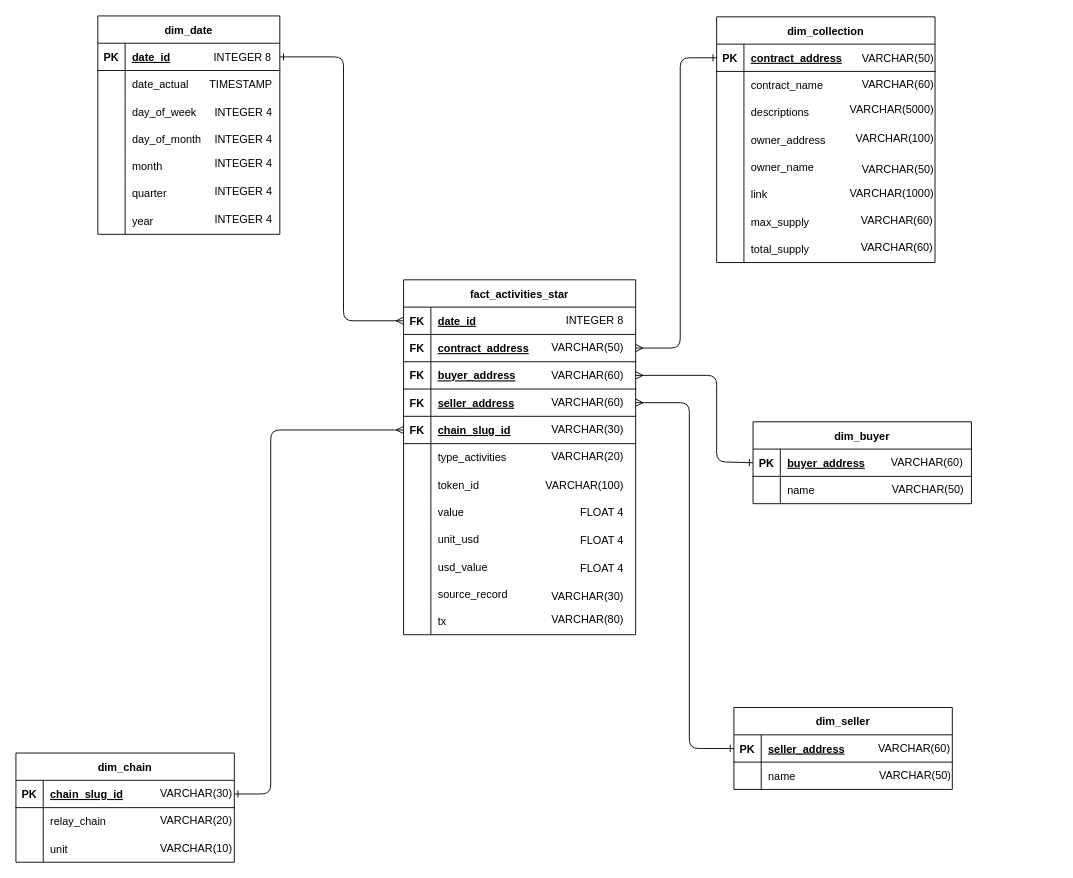
Above: docs/structures/nft_marketplace/data_model.drawio in Darrell-Ha/hust-final-project (draw.io), before the change. Source tidied: cells renumbered, new cells numbered last; positions are measured from the earlier drawing's top-left corner, leaving out a move shared by most shapes. Both pictures are drawn from the tidied source at 91%, with x=0, y=0 at pixel (15, 15).
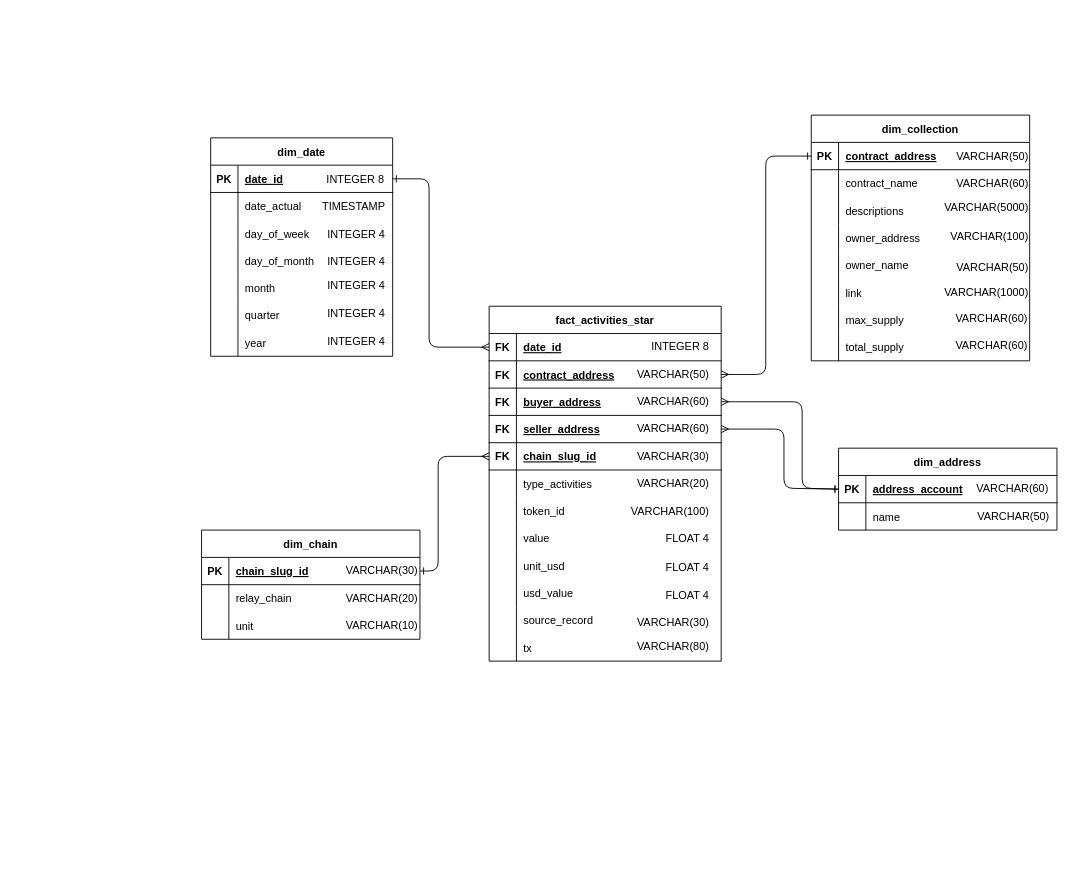
Above is the later version.

The change refers to these unchanged cells:
```xml
<mxCell id="3" style="shape=tableRow;horizontal=0;startSize=0;swimlaneHead=0;swimlaneBody=0;fillColor=none;points=[[0,0.5],[1,0.5]];portConstraint=eastwest;top=0;left=0;right=0;bottom=1;" parent="2" vertex="1">
  <mxGeometry y="30" width="255" height="30" as="geometry" />
</mxCell>
<mxCell id="6" style="shape=tableRow;horizontal=0;startSize=0;swimlaneHead=0;swimlaneBody=0;fillColor=none;points=[[0,0.5],[1,0.5]];portConstraint=eastwest;top=0;left=0;right=0;bottom=1;" parent="2" vertex="1">
  <mxGeometry y="60" width="255" height="30" as="geometry" />
</mxCell>
<mxCell id="9" style="shape=tableRow;horizontal=0;startSize=0;swimlaneHead=0;swimlaneBody=0;fillColor=none;points=[[0,0.5],[1,0.5]];portConstraint=eastwest;top=0;left=0;right=0;bottom=1;" parent="2" vertex="1">
  <mxGeometry y="90" width="255" height="30" as="geometry" />
</mxCell>
<mxCell id="12" style="shape=tableRow;horizontal=0;startSize=0;swimlaneHead=0;swimlaneBody=0;fillColor=none;points=[[0,0.5],[1,0.5]];portConstraint=eastwest;top=0;left=0;right=0;bottom=1;" parent="2" vertex="1">
  <mxGeometry y="120" width="255" height="30" as="geometry" />
</mxCell>
<mxCell id="15" style="shape=tableRow;horizontal=0;startSize=0;swimlaneHead=0;swimlaneBody=0;fillColor=none;points=[[0,0.5],[1,0.5]];portConstraint=eastwest;top=0;left=0;right=0;bottom=1;" parent="2" vertex="1">
  <mxGeometry y="150" width="255" height="30" as="geometry" />
</mxCell>
<mxCell id="52" style="shape=tableRow;horizontal=0;startSize=0;swimlaneHead=0;swimlaneBody=0;fillColor=none;points=[[0,0.5],[1,0.5]];portConstraint=eastwest;top=0;left=0;right=0;bottom=1;" parent="51" vertex="1">
  <mxGeometry y="30" width="240" height="30" as="geometry" />
</mxCell>
<mxCell id="63" style="shape=tableRow;horizontal=0;startSize=0;swimlaneHead=0;swimlaneBody=0;fillColor=none;points=[[0,0.5],[1,0.5]];portConstraint=eastwest;top=0;left=0;right=0;bottom=1;" parent="62" vertex="1">
  <mxGeometry y="30" width="200" height="30" as="geometry" />
</mxCell>
<mxCell id="96" style="shape=tableRow;horizontal=0;startSize=0;swimlaneHead=0;swimlaneBody=0;fillColor=none;points=[[0,0.5],[1,0.5]];portConstraint=eastwest;top=0;left=0;right=0;bottom=1;" parent="95" vertex="1">
  <mxGeometry y="30" width="240" height="30" as="geometry" />
</mxCell>
<mxCell id="130" style="shape=tableRow;horizontal=0;startSize=0;swimlaneHead=0;swimlaneBody=0;fillColor=none;points=[[0,0.5],[1,0.5]];portConstraint=eastwest;top=0;left=0;right=0;bottom=1;" parent="129" vertex="1">
  <mxGeometry y="30" width="240" height="30" as="geometry" />
</mxCell>
```

The edit, as a diff of the source:
```diff
@@
     <mxCell id="2" value="fact_activities_star" style="shape=table;startSize=30;childLayout=tableLayout;rowLines=0;fontStyle=1;align=center;" parent="1" vertex="1">
-      <mxGeometry x="426" y="290" width="255" height="390" as="geometry" />
+      <mxGeometry x="520" y="319" width="255" height="390" as="geometry" />
     </mxCell>
@@
     <mxCell id="39" value="INTEGER 8" style="text;html=1;strokeColor=none;fillColor=none;align=right;verticalAlign=middle;whiteSpace=wrap;rounded=0;" parent="1" vertex="1">
-      <mxGeometry x="590" y="320" width="80" height="30" as="geometry" />
+      <mxGeometry x="684" y="349" width="80" height="30" as="geometry" />
     </mxCell>
     <mxCell id="40" value="VARCHAR(50)" style="text;html=1;strokeColor=none;fillColor=none;align=right;verticalAlign=middle;whiteSpace=wrap;rounded=0;" parent="1" vertex="1">
-      <mxGeometry x="590" y="350" width="80" height="30" as="geometry" />
+      <mxGeometry x="684" y="379" width="80" height="30" as="geometry" />
     </mxCell>
     <mxCell id="41" value="VARCHAR(60)" style="text;html=1;strokeColor=none;fillColor=none;align=right;verticalAlign=middle;whiteSpace=wrap;rounded=0;" parent="1" vertex="1">
-      <mxGeometry x="590" y="380" width="80" height="30" as="geometry" />
+      <mxGeometry x="684" y="409" width="80" height="30" as="geometry" />
     </mxCell>
     <mxCell id="42" value="VARCHAR(60)" style="text;html=1;strokeColor=none;fillColor=none;align=right;verticalAlign=middle;whiteSpace=wrap;rounded=0;" parent="1" vertex="1">
-      <mxGeometry x="590" y="410" width="80" height="30" as="geometry" />
+      <mxGeometry x="684" y="439" width="80" height="30" as="geometry" />
     </mxCell>
     <mxCell id="43" value="VARCHAR(30)" style="text;html=1;strokeColor=none;fillColor=none;align=right;verticalAlign=middle;whiteSpace=wrap;rounded=0;" parent="1" vertex="1">
-      <mxGeometry x="590" y="440" width="80" height="30" as="geometry" />
+      <mxGeometry x="684" y="469" width="80" height="30" as="geometry" />
     </mxCell>
     <mxCell id="44" value="VARCHAR(20)" style="text;html=1;strokeColor=none;fillColor=none;align=right;verticalAlign=middle;whiteSpace=wrap;rounded=0;" parent="1" vertex="1">
-      <mxGeometry x="590" y="470" width="80" height="30" as="geometry" />
+      <mxGeometry x="684" y="499" width="80" height="30" as="geometry" />
     </mxCell>
     <mxCell id="45" value="VARCHAR(100)" style="text;html=1;strokeColor=none;fillColor=none;align=right;verticalAlign=middle;whiteSpace=wrap;rounded=0;" parent="1" vertex="1">
-      <mxGeometry x="590" y="501" width="80" height="30" as="geometry" />
+      <mxGeometry x="684" y="530" width="80" height="30" as="geometry" />
     </mxCell>
     <mxCell id="46" value="FLOAT 4" style="text;html=1;strokeColor=none;fillColor=none;align=right;verticalAlign=middle;whiteSpace=wrap;rounded=0;" parent="1" vertex="1">
-      <mxGeometry x="590" y="531" width="80" height="30" as="geometry" />
+      <mxGeometry x="684" y="560" width="80" height="30" as="geometry" />
     </mxCell>
     <mxCell id="47" value="FLOAT 4" style="text;html=1;strokeColor=none;fillColor=none;align=right;verticalAlign=middle;whiteSpace=wrap;rounded=0;" parent="1" vertex="1">
-      <mxGeometry x="590" y="562" width="80" height="30" as="geometry" />
+      <mxGeometry x="684" y="591" width="80" height="30" as="geometry" />
     </mxCell>
     <mxCell id="48" value="FLOAT 4" style="text;html=1;strokeColor=none;fillColor=none;align=right;verticalAlign=middle;whiteSpace=wrap;rounded=0;" parent="1" vertex="1">
-      <mxGeometry x="590" y="593" width="80" height="30" as="geometry" />
+      <mxGeometry x="684" y="622" width="80" height="30" as="geometry" />
     </mxCell>
     <mxCell id="49" value="VARCHAR(30)" style="text;html=1;strokeColor=none;fillColor=none;align=right;verticalAlign=middle;whiteSpace=wrap;rounded=0;" parent="1" vertex="1">
-      <mxGeometry x="590" y="623" width="80" height="30" as="geometry" />
+      <mxGeometry x="684" y="652" width="80" height="30" as="geometry" />
     </mxCell>
     <mxCell id="50" value="VARCHAR(80)" style="text;html=1;strokeColor=none;fillColor=none;align=right;verticalAlign=middle;whiteSpace=wrap;rounded=0;" parent="1" vertex="1">
-      <mxGeometry x="590" y="649" width="80" height="30" as="geometry" />
+      <mxGeometry x="684" y="678" width="80" height="30" as="geometry" />
     </mxCell>
     <mxCell id="51" value="dim_chain" style="shape=table;startSize=30;childLayout=tableLayout;rowLines=0;fontStyle=1;align=center;" parent="1" vertex="1">
-      <mxGeometry y="810" width="240" height="120" as="geometry" />
+      <mxGeometry x="204" y="565" width="240" height="120" as="geometry" />
     </mxCell>
@@
     <mxCell id="61" style="edgeStyle=none;html=1;exitX=0;exitY=0.5;exitDx=0;exitDy=0;endArrow=ERone;endFill=0;startArrow=ERmany;startFill=0;entryX=1;entryY=0.5;entryDx=0;entryDy=0;" parent="1" edge="1" source="15" target="52">
       <mxGeometry relative="1" as="geometry">
         <Array as="points">
-          <mxPoint x="280" y="455" />
-          <mxPoint x="280" y="855" />
+          <mxPoint x="464" y="484" />
+          <mxPoint x="464" y="610" />
         </Array>
       </mxGeometry>
     </mxCell>
     <mxCell id="62" value="dim_date" style="shape=table;startSize=30;childLayout=tableLayout;rowLines=0;fontStyle=1;align=center;" parent="1" vertex="1">
-      <mxGeometry x="90" width="200" height="240" as="geometry" />
+      <mxGeometry x="214" y="134" width="200" height="240" as="geometry" />
     </mxCell>
@@
     <mxCell id="84" value="VARCHAR(30)" style="text;html=1;strokeColor=none;fillColor=none;align=right;verticalAlign=middle;whiteSpace=wrap;rounded=0;" parent="1" vertex="1">
-      <mxGeometry x="170" y="840" width="70" height="30" as="geometry" />
+      <mxGeometry x="374" y="595" width="70" height="30" as="geometry" />
     </mxCell>
     <mxCell id="85" value="VARCHAR(20)" style="text;html=1;strokeColor=none;fillColor=none;align=right;verticalAlign=middle;whiteSpace=wrap;rounded=0;" parent="1" vertex="1">
-      <mxGeometry x="170" y="870" width="70" height="30" as="geometry" />
+      <mxGeometry x="374" y="625" width="70" height="30" as="geometry" />
     </mxCell>
     <mxCell id="86" value="VARCHAR(10)" style="text;html=1;strokeColor=none;fillColor=none;align=right;verticalAlign=middle;whiteSpace=wrap;rounded=0;" parent="1" vertex="1">
-      <mxGeometry x="170" y="900" width="70" height="30" as="geometry" />
+      <mxGeometry x="374" y="655" width="70" height="30" as="geometry" />
     </mxCell>
     <mxCell id="87" value="INTEGER 8" style="text;html=1;strokeColor=none;fillColor=none;align=right;verticalAlign=middle;whiteSpace=wrap;rounded=0;" parent="1" vertex="1">
-      <mxGeometry x="203" y="31" width="80" height="30" as="geometry" />
+      <mxGeometry x="327" y="165" width="80" height="30" as="geometry" />
     </mxCell>
     <mxCell id="88" value="TIMESTAMP" style="text;html=1;strokeColor=none;fillColor=none;align=right;verticalAlign=middle;whiteSpace=wrap;rounded=0;" parent="1" vertex="1">
-      <mxGeometry x="204" y="61" width="80" height="30" as="geometry" />
+      <mxGeometry x="328" y="195" width="80" height="30" as="geometry" />
     </mxCell>
     <mxCell id="89" value="INTEGER 4" style="text;html=1;strokeColor=none;fillColor=none;align=right;verticalAlign=middle;whiteSpace=wrap;rounded=0;" parent="1" vertex="1">
-      <mxGeometry x="204" y="91" width="80" height="30" as="geometry" />
+      <mxGeometry x="328" y="225" width="80" height="30" as="geometry" />
     </mxCell>
     <mxCell id="90" value="INTEGER 4" style="text;html=1;strokeColor=none;fillColor=none;align=right;verticalAlign=middle;whiteSpace=wrap;rounded=0;" parent="1" vertex="1">
-      <mxGeometry x="204" y="121" width="80" height="30" as="geometry" />
+      <mxGeometry x="328" y="255" width="80" height="30" as="geometry" />
     </mxCell>
     <mxCell id="91" value="INTEGER 4" style="text;html=1;strokeColor=none;fillColor=none;align=right;verticalAlign=middle;whiteSpace=wrap;rounded=0;" parent="1" vertex="1">
-      <mxGeometry x="204" y="148" width="80" height="30" as="geometry" />
+      <mxGeometry x="328" y="282" width="80" height="30" as="geometry" />
     </mxCell>
     <mxCell id="92" value="INTEGER 4" style="text;html=1;strokeColor=none;fillColor=none;align=right;verticalAlign=middle;whiteSpace=wrap;rounded=0;" parent="1" vertex="1">
-      <mxGeometry x="204" y="178" width="80" height="30" as="geometry" />
+      <mxGeometry x="328" y="312" width="80" height="30" as="geometry" />
     </mxCell>
     <mxCell id="93" value="INTEGER 4" style="text;html=1;strokeColor=none;fillColor=none;align=right;verticalAlign=middle;whiteSpace=wrap;rounded=0;" parent="1" vertex="1">
-      <mxGeometry x="204" y="209" width="80" height="30" as="geometry" />
+      <mxGeometry x="328" y="343" width="80" height="30" as="geometry" />
     </mxCell>
     <mxCell id="94" style="edgeStyle=none;html=1;exitX=0;exitY=0.5;exitDx=0;exitDy=0;entryX=1;entryY=0.5;entryDx=0;entryDy=0;startArrow=ERmany;startFill=0;endArrow=ERone;endFill=0;" parent="1" edge="1" source="3" target="63">
       <mxGeometry relative="1" as="geometry">
         <Array as="points">
-          <mxPoint x="360" y="335" />
-          <mxPoint x="360" y="45" />
+          <mxPoint x="454" y="364" />
+          <mxPoint x="454" y="179" />
         </Array>
       </mxGeometry>
     </mxCell>
     <mxCell id="95" value="dim_collection" style="shape=table;startSize=30;childLayout=tableLayout;rowLines=0;fontStyle=1;align=center;" parent="1" vertex="1">
-      <mxGeometry x="770" y="1" width="240" height="270" as="geometry" />
+      <mxGeometry x="874" y="109" width="240" height="270" as="geometry" />
     </mxCell>
@@
     <mxCell id="120" value="VARCHAR(50)" style="text;html=1;strokeColor=none;fillColor=none;align=right;verticalAlign=middle;whiteSpace=wrap;rounded=0;" parent="1" vertex="1">
-      <mxGeometry x="931" y="32" width="80" height="30" as="geometry" />
+      <mxGeometry x="1035" y="140" width="80" height="30" as="geometry" />
     </mxCell>
     <mxCell id="121" value="VARCHAR(60)" style="text;html=1;strokeColor=none;fillColor=none;align=right;verticalAlign=middle;whiteSpace=wrap;rounded=0;" parent="1" vertex="1">
-      <mxGeometry x="931" y="61" width="80" height="30" as="geometry" />
+      <mxGeometry x="1035" y="169" width="80" height="30" as="geometry" />
     </mxCell>
     <mxCell id="122" value="VARCHAR(5000)" style="text;html=1;strokeColor=none;fillColor=none;align=right;verticalAlign=middle;whiteSpace=wrap;rounded=0;" parent="1" vertex="1">
-      <mxGeometry x="931" y="88" width="80" height="30" as="geometry" />
+      <mxGeometry x="1035" y="196" width="80" height="30" as="geometry" />
     </mxCell>
     <mxCell id="123" value="VARCHAR(100)" style="text;html=1;strokeColor=none;fillColor=none;align=right;verticalAlign=middle;whiteSpace=wrap;rounded=0;" parent="1" vertex="1">
-      <mxGeometry x="931" y="120" width="80" height="30" as="geometry" />
+      <mxGeometry x="1035" y="228" width="80" height="30" as="geometry" />
     </mxCell>
     <mxCell id="124" value="VARCHAR(50)" style="text;html=1;strokeColor=none;fillColor=none;align=right;verticalAlign=middle;whiteSpace=wrap;rounded=0;" parent="1" vertex="1">
-      <mxGeometry x="931" y="154" width="80" height="30" as="geometry" />
+      <mxGeometry x="1035" y="262" width="80" height="30" as="geometry" />
     </mxCell>
     <mxCell id="125" value="VARCHAR(1000)" style="text;html=1;strokeColor=none;fillColor=none;align=right;verticalAlign=middle;whiteSpace=wrap;rounded=0;" parent="1" vertex="1">
-      <mxGeometry x="931" y="181" width="80" height="30" as="geometry" />
+      <mxGeometry x="1035" y="289" width="80" height="30" as="geometry" />
     </mxCell>
     <mxCell id="126" value="VARCHAR(60)" style="text;html=1;strokeColor=none;fillColor=none;align=right;verticalAlign=middle;whiteSpace=wrap;rounded=0;" parent="1" vertex="1">
-      <mxGeometry x="930" y="210" width="80" height="30" as="geometry" />
+      <mxGeometry x="1034" y="318" width="80" height="30" as="geometry" />
     </mxCell>
     <mxCell id="127" value="VARCHAR(60)" style="text;html=1;strokeColor=none;fillColor=none;align=right;verticalAlign=middle;whiteSpace=wrap;rounded=0;" parent="1" vertex="1">
-      <mxGeometry x="930" y="240" width="80" height="30" as="geometry" />
+      <mxGeometry x="1034" y="348" width="80" height="30" as="geometry" />
     </mxCell>
     <mxCell id="128" style="edgeStyle=none;html=1;exitX=1;exitY=0.5;exitDx=0;exitDy=0;entryX=0;entryY=0.5;entryDx=0;entryDy=0;startArrow=ERmany;startFill=0;endArrow=ERone;endFill=0;" parent="1" edge="1" source="6" target="96">
       <mxGeometry relative="1" as="geometry">
         <Array as="points">
-          <mxPoint x="730" y="365" />
-          <mxPoint x="730" y="46" />
+          <mxPoint x="824" y="394" />
+          <mxPoint x="824" y="154" />
         </Array>
       </mxGeometry>
     </mxCell>
-    <mxCell id="129" value="dim_buyer" style="shape=table;startSize=30;childLayout=tableLayout;rowLines=0;fontStyle=1;align=center;" parent="1" vertex="1">
-      <mxGeometry x="810" y="446" width="240" height="90" as="geometry" />
+    <mxCell id="129" value="dim_address" style="shape=table;startSize=30;childLayout=tableLayout;rowLines=0;fontStyle=1;align=center;" parent="1" vertex="1">
+      <mxGeometry x="904" y="475" width="240" height="90" as="geometry" />
     </mxCell>
@@
-    <mxCell id="132" value="buyer_address" style="shape=partialRectangle;fillColor=none;top=0;left=0;bottom=0;right=0;align=left;spacingLeft=6;fontStyle=5;overflow=hidden;" parent="130" vertex="1">
+    <mxCell id="132" value="address_account" style="shape=partialRectangle;fillColor=none;top=0;left=0;bottom=0;right=0;align=left;spacingLeft=6;fontStyle=5;overflow=hidden;" parent="130" vertex="1">
       <mxGeometry x="30" width="210" height="30" as="geometry" />
     </mxCell>
@@
     <mxCell id="136" value="VARCHAR(60)" style="text;html=1;strokeColor=none;fillColor=none;align=right;verticalAlign=middle;whiteSpace=wrap;rounded=0;" parent="1" vertex="1">
-      <mxGeometry x="963" y="476" width="80" height="30" as="geometry" />
+      <mxGeometry x="1057" y="505" width="80" height="30" as="geometry" />
     </mxCell>
     <mxCell id="137" value="VARCHAR(50)" style="text;html=1;strokeColor=none;fillColor=none;align=right;verticalAlign=middle;whiteSpace=wrap;rounded=0;" parent="1" vertex="1">
-      <mxGeometry x="964" y="506" width="80" height="30" as="geometry" />
+      <mxGeometry x="1058" y="535" width="80" height="30" as="geometry" />
     </mxCell>
-    <mxCell id="138" value="dim_seller" style="shape=table;startSize=30;childLayout=tableLayout;rowLines=0;fontStyle=1;align=center;" parent="1" vertex="1">
-      <mxGeometry x="789" y="760" width="240" height="90" as="geometry" />
-    </mxCell>
-    <mxCell id="139" style="shape=tableRow;horizontal=0;startSize=0;swimlaneHead=0;swimlaneBody=0;fillColor=none;points=[[0,0.5],[1,0.5]];portConstraint=eastwest;top=0;left=0;right=0;bottom=1;" parent="138" vertex="1">
-      <mxGeometry y="30" width="240" height="30" as="geometry" />
-    </mxCell>
-    <mxCell id="140" value="PK" style="shape=partialRectangle;fillColor=none;top=0;left=0;bottom=0;right=0;fontStyle=1;overflow=hidden;" parent="139" vertex="1">
-      <mxGeometry width="30" height="30" as="geometry" />
-    </mxCell>
-    <mxCell id="141" value="seller_address" style="shape=partialRectangle;fillColor=none;top=0;left=0;bottom=0;right=0;align=left;spacingLeft=6;fontStyle=5;overflow=hidden;" parent="139" vertex="1">
-      <mxGeometry x="30" width="210" height="30" as="geometry" />
-    </mxCell>
-    <mxCell id="142" style="shape=tableRow;horizontal=0;startSize=0;swimlaneHead=0;swimlaneBody=0;fillColor=none;top=0;left=0;right=0;bottom=0;" parent="138" vertex="1">
-      <mxGeometry y="60" width="240" height="30" as="geometry" />
-    </mxCell>
-    <mxCell id="143" style="shape=partialRectangle;fillColor=none;top=0;left=0;bottom=0;right=0;overflow=hidden;" parent="142" vertex="1">
-      <mxGeometry width="30" height="30" as="geometry" />
-    </mxCell>
-    <mxCell id="144" value="name" style="shape=partialRectangle;fillColor=none;top=0;left=0;bottom=0;right=0;align=left;spacingLeft=6;overflow=hidden;" parent="142" vertex="1">
-      <mxGeometry x="30" width="210" height="30" as="geometry" />
-    </mxCell>
-    <mxCell id="145" value="VARCHAR(60)" style="text;html=1;strokeColor=none;fillColor=none;align=right;verticalAlign=middle;whiteSpace=wrap;rounded=0;" parent="1" vertex="1">
-      <mxGeometry x="949" y="790" width="80" height="30" as="geometry" />
-    </mxCell>
-    <mxCell id="146" value="VARCHAR(50)" style="text;html=1;strokeColor=none;fillColor=none;align=right;verticalAlign=middle;whiteSpace=wrap;rounded=0;" parent="1" vertex="1">
-      <mxGeometry x="950" y="820" width="80" height="30" as="geometry" />
-    </mxCell>
     <mxCell id="147" style="edgeStyle=none;html=1;exitX=1;exitY=0.5;exitDx=0;exitDy=0;entryX=0;entryY=0.5;entryDx=0;entryDy=0;startArrow=ERmany;startFill=0;endArrow=ERone;endFill=0;" parent="1" edge="1" source="9" target="130">
       <mxGeometry relative="1" as="geometry">
         <Array as="points">
-          <mxPoint x="770" y="395" />
-          <mxPoint x="770" y="490" />
+          <mxPoint x="864" y="424" />
+          <mxPoint x="864" y="519" />
         </Array>
       </mxGeometry>
     </mxCell>
-    <mxCell id="148" style="edgeStyle=none;html=1;exitX=1;exitY=0.5;exitDx=0;exitDy=0;entryX=0;entryY=0.5;entryDx=0;entryDy=0;startArrow=ERmany;startFill=0;endArrow=ERone;endFill=0;" parent="1" edge="1" source="12" target="139">
-      <mxGeometry relative="1" as="geometry">
-        <Array as="points">
-          <mxPoint x="740" y="425" />
-          <mxPoint x="740" y="805" />
-        </Array>
-      </mxGeometry>
-    </mxCell>
+    <mxCell id="149" style="edgeStyle=none;html=1;exitX=0;exitY=0.5;exitDx=0;exitDy=0;entryX=1;entryY=0.5;entryDx=0;entryDy=0;endArrow=ERmany;endFill=0;startArrow=ERone;startFill=0;" parent="1" edge="1" source="130" target="12">
+      <mxGeometry relative="1" as="geometry">
+        <Array as="points">
+          <mxPoint x="844" y="519" />
+          <mxPoint x="844" y="454" />
+        </Array>
+      </mxGeometry>
+    </mxCell>
```
